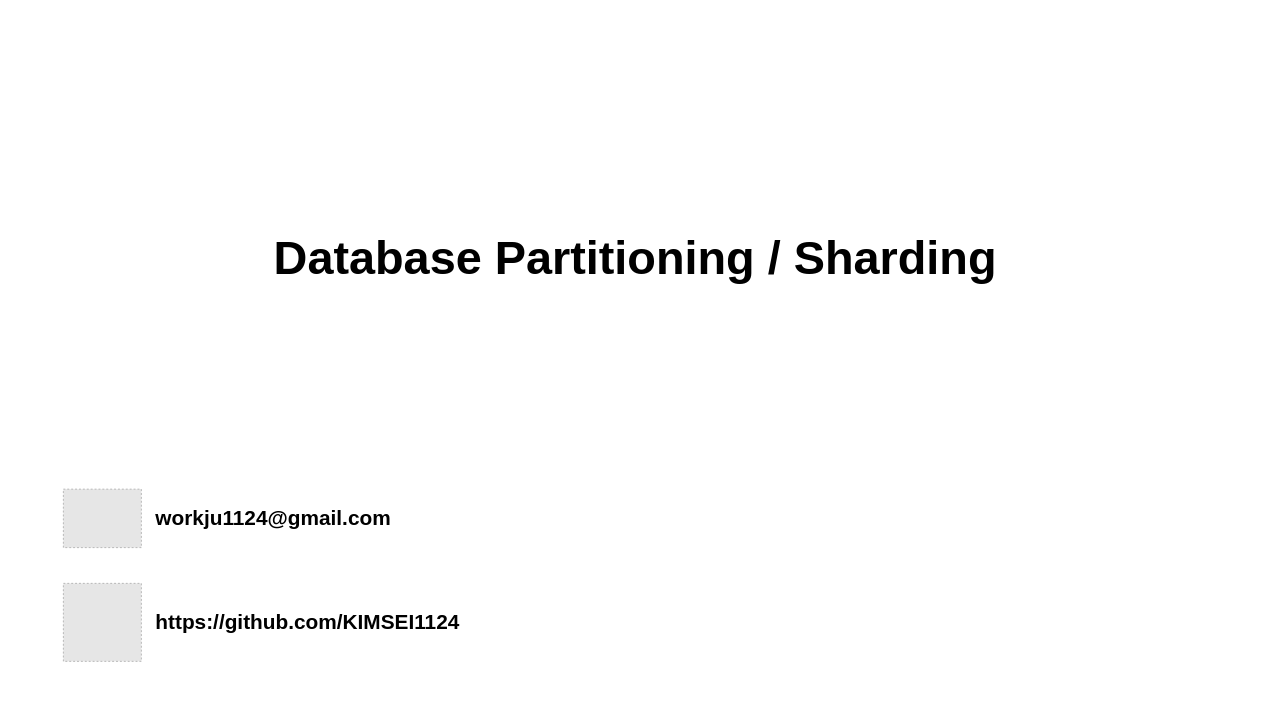
This is page "김정욱" (1 of 4) of 썸네일.drawio from Study-Diary/Computer-Science, a draw.io file, before an edit. Source tidied: cells renumbered, new cells numbered last; positions are measured from the earlier drawing's top-left corner, leaving out a move shared by most shapes. Both pictures are drawn from the tidied source at 65%, with x=0, y=0 at pixel (11, 11). Pictures stored in the file or linked from it are replaced by grey dashed boxes.
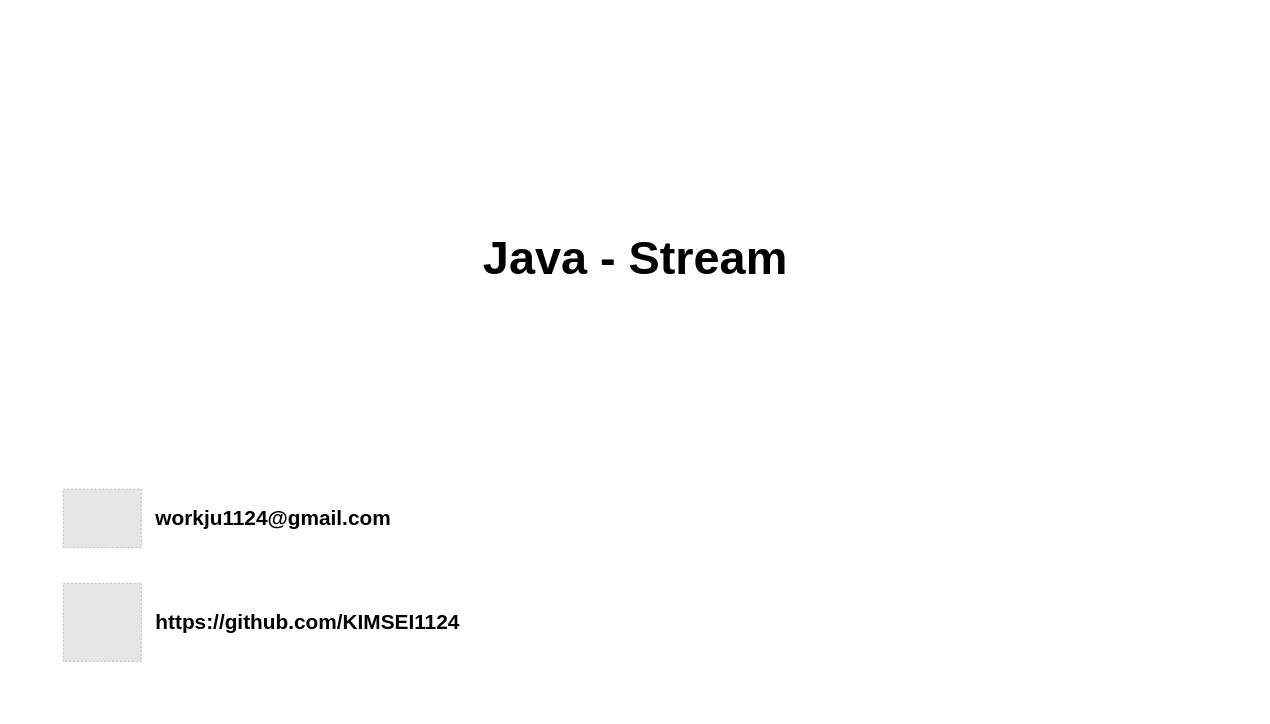
Above is the later version.

Diff of the diagram source:
```diff
@@
 <mxGraphModel>
   <root>
     <mxCell id="0" />
     <mxCell id="1" parent="0" />
     <mxCell id="2" style="rounded=0;whiteSpace=wrap;html=1;fillColor=#FFFFFF;strokeColor=none;" parent="1" vertex="1">
       <mxGeometry width="1920" height="1080" as="geometry" />
     </mxCell>
     <mxCell id="3" style="group;" parent="1" vertex="1">
       <mxGeometry x="80" y="720" width="120" height="120" as="geometry" />
     </mxCell>
     <mxCell id="4" style="fillColor=#E6E6E6;strokeColor=#999999;dashed=1;verticalLabelPosition=bottom;labelBackgroundColor=default;verticalAlign=top;" parent="3" vertex="1">
       <mxGeometry y="15" width="120" height="90" as="geometry" />
     </mxCell>
     <mxCell id="5" style="rounded=0;whiteSpace=wrap;html=1;fillColor=none;strokeColor=none;" parent="3" vertex="1">
       <mxGeometry width="120" height="120" as="geometry" />
     </mxCell>
     <mxCell id="6" style="fillColor=#E6E6E6;strokeColor=#999999;dashed=1;verticalLabelPosition=bottom;labelBackgroundColor=default;verticalAlign=top;" parent="1" vertex="1">
       <mxGeometry x="80" y="880" width="120" height="120" as="geometry" />
     </mxCell>
     <mxCell id="7" value="workju1124@gmail.com" style="text;html=1;align=left;verticalAlign=middle;whiteSpace=wrap;rounded=0;fontSize=32;fontColor=#000000;fontStyle=1;" parent="1" vertex="1">
       <mxGeometry x="220" y="740" width="500" height="80" as="geometry" />
     </mxCell>
     <mxCell id="8" value="https://github.com/KIMSEI1124" style="text;html=1;align=left;verticalAlign=middle;whiteSpace=wrap;rounded=0;fontSize=32;fontColor=#000000;fontStyle=1;" parent="1" vertex="1">
       <mxGeometry x="220" y="900" width="500" height="80" as="geometry" />
     </mxCell>
-    <mxCell id="9" value="Database Partitioning / Sharding" style="text;html=1;align=center;verticalAlign=middle;whiteSpace=wrap;rounded=0;fontSize=72;fontFamily=Pretendard;fontColor=#000000;fontStyle=1;" parent="1" vertex="1">
+    <mxCell id="9" value="Java - Stream" style="text;html=1;align=center;verticalAlign=middle;whiteSpace=wrap;rounded=0;fontSize=72;fontFamily=Pretendard;fontColor=#000000;fontStyle=1;" parent="1" vertex="1">
       <mxGeometry x="200" y="320" width="1520" height="120" as="geometry" />
     </mxCell>
   </root>
 </mxGraphModel>
```
